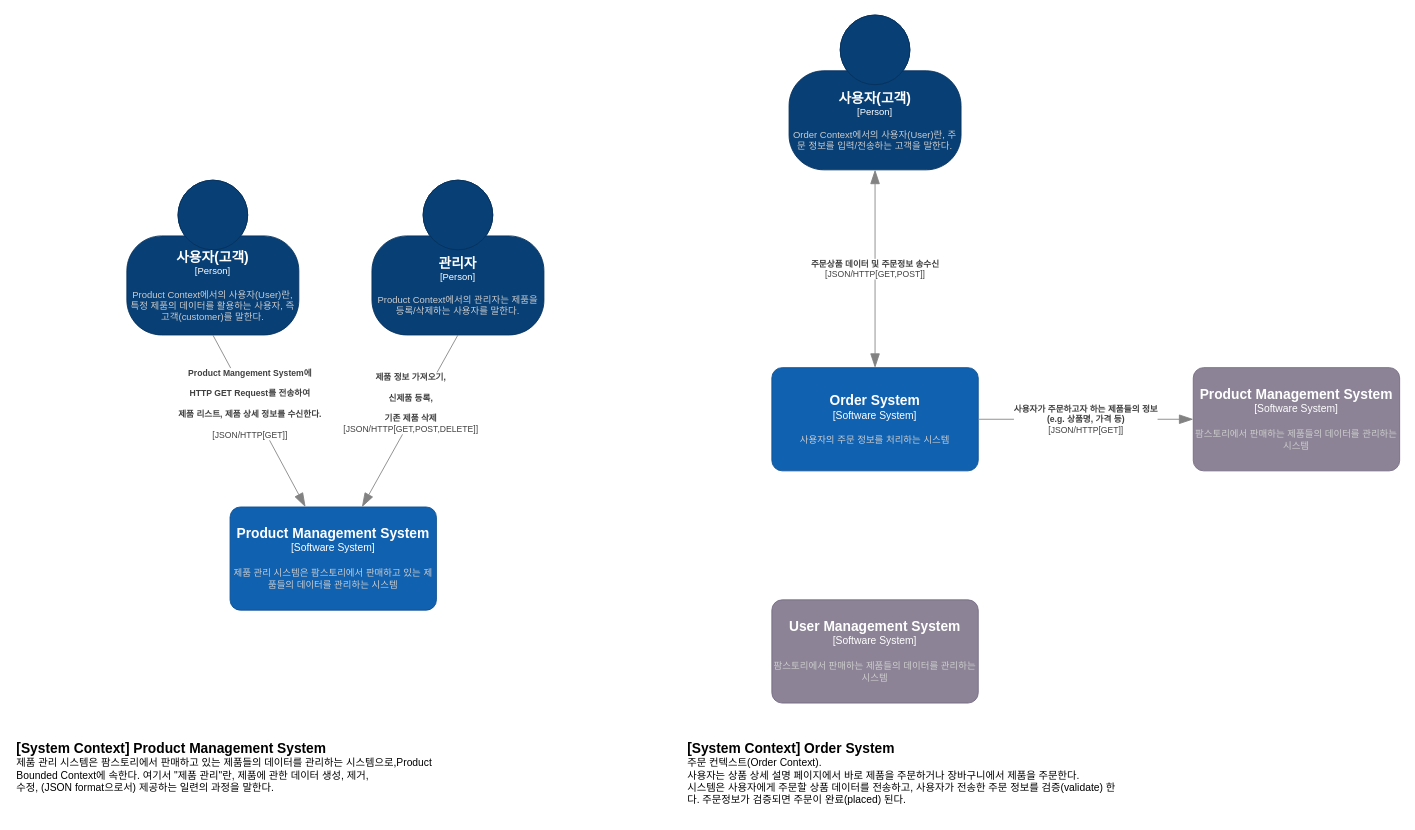
id3ntity99/farmstory keeps this draw.io diagram as page "C4 Model - System" (2 of 5) of farmstory.drawio. Above is the earlier version. Source tidied: cells renumbered, new cells numbered last; positions are measured from the earlier drawing's top-left corner, leaving out a move shared by most shapes. Both pictures are drawn from the tidied source at 86%, with x=0, y=0 at pixel (15, 15).
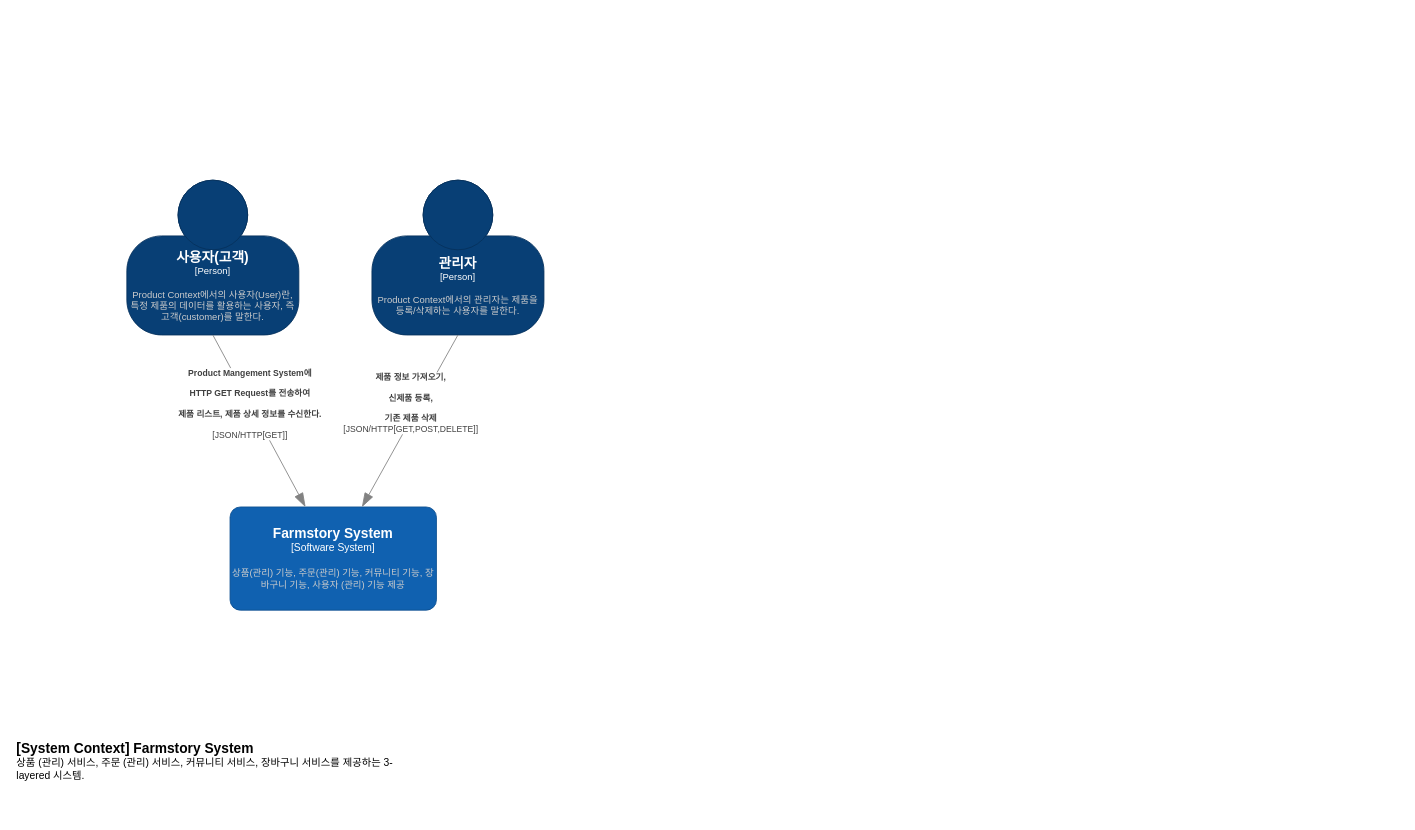
After the change.

The edit, as a diff of the source:
```diff
@@
-    <object id="2" label="&lt;font style=&quot;font-size: 16px&quot;&gt;&lt;b&gt;&lt;div style=&quot;text-align: left&quot;&gt;%c4Name%&lt;/div&gt;&lt;/b&gt;&lt;/font&gt;&lt;div style=&quot;text-align: left&quot;&gt;%c4Description%&lt;/div&gt;" c4Description="제품 관리 시스템은 팜스토리에서 판매하고 있는 제품들의 데이터를 관리하는 시스템으로,Product Bounded Context에 속한다. 여기서 &quot;제품 관리&quot;란, 제품에 관한 데이터 생성, 제거,&#10;수정, (JSON format으로서) 제공하는 일련의 과정을 말한다." c4Name="[System Context] Product Management System" placeholders="1">
+    <object id="2" label="&lt;font style=&quot;font-size: 16px&quot;&gt;&lt;b&gt;&lt;div style=&quot;text-align: left&quot;&gt;%c4Name%&lt;/div&gt;&lt;/b&gt;&lt;/font&gt;&lt;div style=&quot;text-align: left&quot;&gt;%c4Description%&lt;/div&gt;" c4Description="상품 (관리) 서비스, 주문 (관리) 서비스, 커뮤니티 서비스, 장바구니 서비스를 제공하는 3-layered 시스템. " c4Name="[System Context] Farmstory System" placeholders="1">
       <mxCell style="text;html=1;strokeColor=none;fillColor=none;align=left;verticalAlign=top;whiteSpace=wrap;rounded=0;" parent="1" vertex="1">
-        <mxGeometry y="837" width="500" height="80" as="geometry" />
+        <mxGeometry y="837" width="460" height="80" as="geometry" />
       </mxCell>
     </object>
-    <object id="3" label="&lt;font style=&quot;font-size: 16px&quot;&gt;&lt;b&gt;%c4Name%&lt;/b&gt;&lt;/font&gt;&lt;div&gt;[%c4Type%]&lt;/div&gt;&lt;br&gt;&lt;div&gt;&lt;font style=&quot;font-size: 11px&quot;&gt;&lt;font color=&quot;#cccccc&quot;&gt;%c4Description%&lt;/font&gt;&lt;/div&gt;" c4Description="제품 관리 시스템은 팜스토리에서 판매하고 있는 제품들의 데이터를 관리하는 시스템" c4Name="Product Management System" c4Type="Software System" placeholders="1">
+    <object id="3" label="&lt;font style=&quot;font-size: 16px&quot;&gt;&lt;b&gt;%c4Name%&lt;/b&gt;&lt;/font&gt;&lt;div&gt;[%c4Type%]&lt;/div&gt;&lt;br&gt;&lt;div&gt;&lt;font style=&quot;font-size: 11px&quot;&gt;&lt;font color=&quot;#cccccc&quot;&gt;%c4Description%&lt;/font&gt;&lt;/div&gt;" c4Description="상품(관리) 기능, 주문(관리) 기능, 커뮤니티 기능, 장바구니 기능, 사용자 (관리) 기능 제공 " c4Name="Farmstory System" c4Type="Software System" placeholders="1">
       <mxCell style="rounded=1;whiteSpace=wrap;html=1;labelBackgroundColor=none;fillColor=#1061B0;fontColor=#ffffff;align=center;arcSize=10;strokeColor=#0D5091;points=[[0.25,0,0],[0.5,0,0],[0.75,0,0],[1,0.25,0],[1,0.5,0],[1,0.75,0],[0.75,1,0],[0.5,1,0],[0.25,1,0],[0,0.75,0],[0,0.5,0],[0,0.25,0]];" parent="1" vertex="1">
         <mxGeometry x="250" y="572" width="240" height="120" as="geometry" />
       </mxCell>
     </object>
@@
-    <object id="8" label="&lt;font style=&quot;font-size: 16px&quot;&gt;&lt;b&gt;&lt;div style=&quot;text-align: left&quot;&gt;%c4Name%&lt;/div&gt;&lt;/b&gt;&lt;/font&gt;&lt;div style=&quot;text-align: left&quot;&gt;%c4Description%&lt;/div&gt;" c4Description="주문 컨텍스트(Order Context). &#10;사용자는 상품 상세 설명 페이지에서 바로 제품을 주문하거나 장바구니에서 제품을 주문한다.&#10;시스템은 사용자에게 주문할 상품 데이터를 전송하고, 사용자가 전송한 주문 정보를 검증(validate) 한다. 주문정보가 검증되면 주문이 완료(placed) 된다." c4Name="[System Context] Order System" placeholders="1">
-      <mxCell style="text;html=1;strokeColor=none;fillColor=none;align=left;verticalAlign=top;whiteSpace=wrap;rounded=0;" parent="1" vertex="1">
-        <mxGeometry x="780" y="837" width="500" height="93" as="geometry" />
-      </mxCell>
-    </object>
-    <object id="9" label="&lt;font style=&quot;font-size: 16px&quot;&gt;&lt;b&gt;%c4Name%&lt;/b&gt;&lt;/font&gt;&lt;div&gt;[%c4Type%]&lt;/div&gt;&lt;br&gt;&lt;div&gt;&lt;font style=&quot;font-size: 11px&quot;&gt;&lt;font color=&quot;#cccccc&quot;&gt;%c4Description%&lt;/font&gt;&lt;/div&gt;" c4Description="사용자의 주문 정보를 처리하는 시스템" c4Name="Order System" c4Type="Software System" placeholders="1">
-      <mxCell style="rounded=1;whiteSpace=wrap;html=1;labelBackgroundColor=none;fillColor=#1061B0;fontColor=#ffffff;align=center;arcSize=10;strokeColor=#0D5091;points=[[0.25,0,0],[0.5,0,0],[0.75,0,0],[1,0.25,0],[1,0.5,0],[1,0.75,0],[0.75,1,0],[0.5,1,0],[0.25,1,0],[0,0.75,0],[0,0.5,0],[0,0.25,0]];" parent="1" vertex="1">
-        <mxGeometry x="880" y="410" width="240" height="120" as="geometry" />
-      </mxCell>
-    </object>
-    <object id="10" label="&lt;font style=&quot;font-size: 16px&quot;&gt;&lt;b&gt;%c4Name%&lt;/b&gt;&lt;/font&gt;&lt;div&gt;[%c4Type%]&lt;/div&gt;&lt;br&gt;&lt;div&gt;&lt;font style=&quot;font-size: 11px&quot;&gt;&lt;font color=&quot;#cccccc&quot;&gt;%c4Description%&lt;/font&gt;&lt;/div&gt;" c4Description="팜스토리에서 판매하는 제품들의 데이터를 관리하는 시스템" c4Name="Product Management System" c4Type="Software System" placeholders="1">
-      <mxCell style="rounded=1;whiteSpace=wrap;html=1;labelBackgroundColor=none;fillColor=#8C8496;fontColor=#ffffff;align=center;arcSize=10;strokeColor=#736782;points=[[0.25,0,0],[0.5,0,0],[0.75,0,0],[1,0.25,0],[1,0.5,0],[1,0.75,0],[0.75,1,0],[0.5,1,0],[0.25,1,0],[0,0.75,0],[0,0.5,0],[0,0.25,0]];" parent="1" vertex="1">
-        <mxGeometry x="1370" y="410" width="240" height="120" as="geometry" />
-      </mxCell>
-    </object>
-    <object id="11" label="&lt;div style=&quot;text-align: left&quot;&gt;&lt;div style=&quot;text-align: center&quot;&gt;&lt;b&gt;%c4Description%&lt;/b&gt;&lt;/div&gt;&lt;div style=&quot;text-align: center&quot;&gt;[%c4Technology%]&lt;/div&gt;&lt;/div&gt;" c4Description="사용자가 주문하고자 하는 제품들의 정보&#10;(e.g. 상품명, 가격 등)" c4Technology="JSON/HTTP[GET]" placeholders="1">
-      <mxCell style="endArrow=blockThin;html=1;fontSize=10;fontColor=#404040;strokeWidth=1;endFill=1;strokeColor=#828282;elbow=vertical;endSize=14;startSize=14;jumpStyle=arc;jumpSize=16;rounded=0;edgeStyle=orthogonalEdgeStyle;" parent="1" edge="1" source="9" target="10">
-        <mxGeometry relative="1" as="geometry" />
-      </mxCell>
-    </object>
-    <object id="12" label="&lt;font style=&quot;font-size: 16px&quot;&gt;&lt;b&gt;%c4Name%&lt;/b&gt;&lt;/font&gt;&lt;div&gt;[%c4Type%]&lt;/div&gt;&lt;br&gt;&lt;div&gt;&lt;font style=&quot;font-size: 11px&quot;&gt;&lt;font color=&quot;#cccccc&quot;&gt;%c4Description%&lt;/font&gt;&lt;/div&gt;" c4Description="Order Context에서의 사용자(User)란, 주문 정보를 입력/전송하는 고객을 말한다." c4Name="사용자(고객)" c4Type="Person" placeholders="1">
-      <mxCell style="html=1;fontSize=11;dashed=0;whiteSpace=wrap;fillColor=#083F75;strokeColor=#06315C;fontColor=#ffffff;shape=mxgraph.c4.person2;align=center;points=[[0.5,0,0],[1,0.5,0],[1,0.75,0],[0.75,1,0],[0.5,1,0],[0.25,1,0],[0,0.75,0],[0,0.5,0]];" parent="1" vertex="1">
-        <mxGeometry x="900" width="200" height="180" as="geometry" />
-      </mxCell>
-    </object>
-    <object id="13" label="&lt;div style=&quot;text-align: left&quot;&gt;&lt;div style=&quot;text-align: center&quot;&gt;&lt;b&gt;%c4Description%&lt;/b&gt;&lt;/div&gt;&lt;div style=&quot;text-align: center&quot;&gt;[%c4Technology%]&lt;/div&gt;&lt;/div&gt;" c4Description="주문상품 데이터 및 주문정보 송수신" c4Technology="JSON/HTTP[GET,POST]" placeholders="1">
-      <mxCell style="endArrow=blockThin;html=1;fontSize=10;fontColor=#404040;strokeWidth=1;endFill=1;strokeColor=#828282;elbow=vertical;endSize=14;startSize=14;jumpStyle=arc;jumpSize=16;rounded=0;edgeStyle=orthogonalEdgeStyle;startArrow=blockThin;startFill=1;" parent="1" edge="1" source="12" target="9">
-        <mxGeometry relative="1" as="geometry" />
-      </mxCell>
-    </object>
-    <object id="14" label="&lt;font style=&quot;font-size: 16px&quot;&gt;&lt;b&gt;%c4Name%&lt;/b&gt;&lt;/font&gt;&lt;div&gt;[%c4Type%]&lt;/div&gt;&lt;br&gt;&lt;div&gt;&lt;font style=&quot;font-size: 11px&quot;&gt;&lt;font color=&quot;#cccccc&quot;&gt;%c4Description%&lt;/font&gt;&lt;/div&gt;" c4Description="팜스토리에서 판매하는 제품들의 데이터를 관리하는 시스템" c4Name="User Management System" c4Type="Software System" placeholders="1">
-      <mxCell style="rounded=1;whiteSpace=wrap;html=1;labelBackgroundColor=none;fillColor=#8C8496;fontColor=#ffffff;align=center;arcSize=10;strokeColor=#736782;" parent="1" vertex="1">
-        <mxGeometry x="880" y="680" width="240" height="120" as="geometry" />
-      </mxCell>
-    </object>
```
